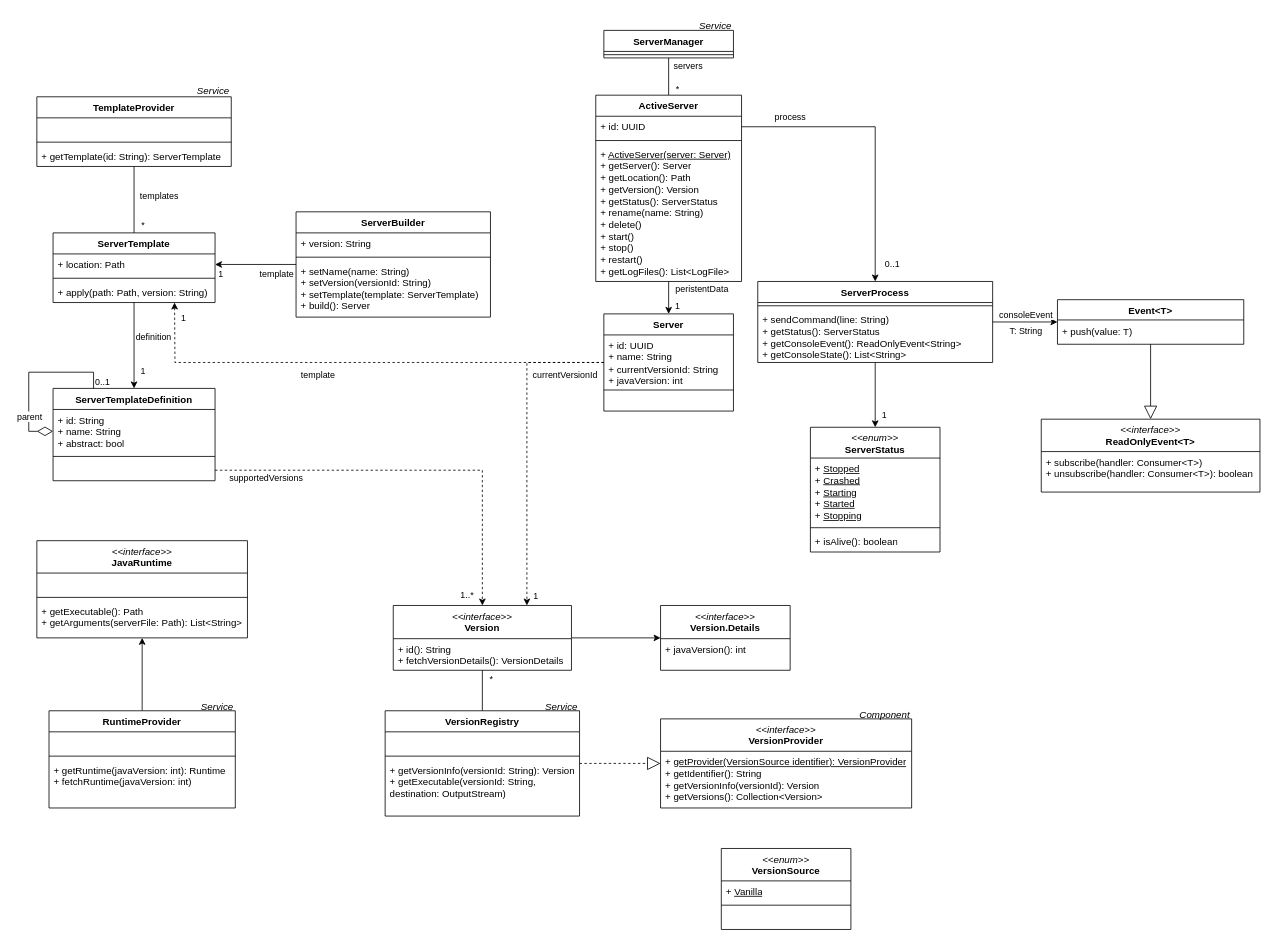
This is Klassendiagramm.drawio from Fisch37/mc-server-manager, a draw.io file, before an edit. Source tidied: cells renumbered, new cells numbered last; positions are measured from the earlier drawing's top-left corner, leaving out a move shared by most shapes. Both pictures are drawn from the tidied source at 81%, with x=0, y=0 at pixel (28, 14).
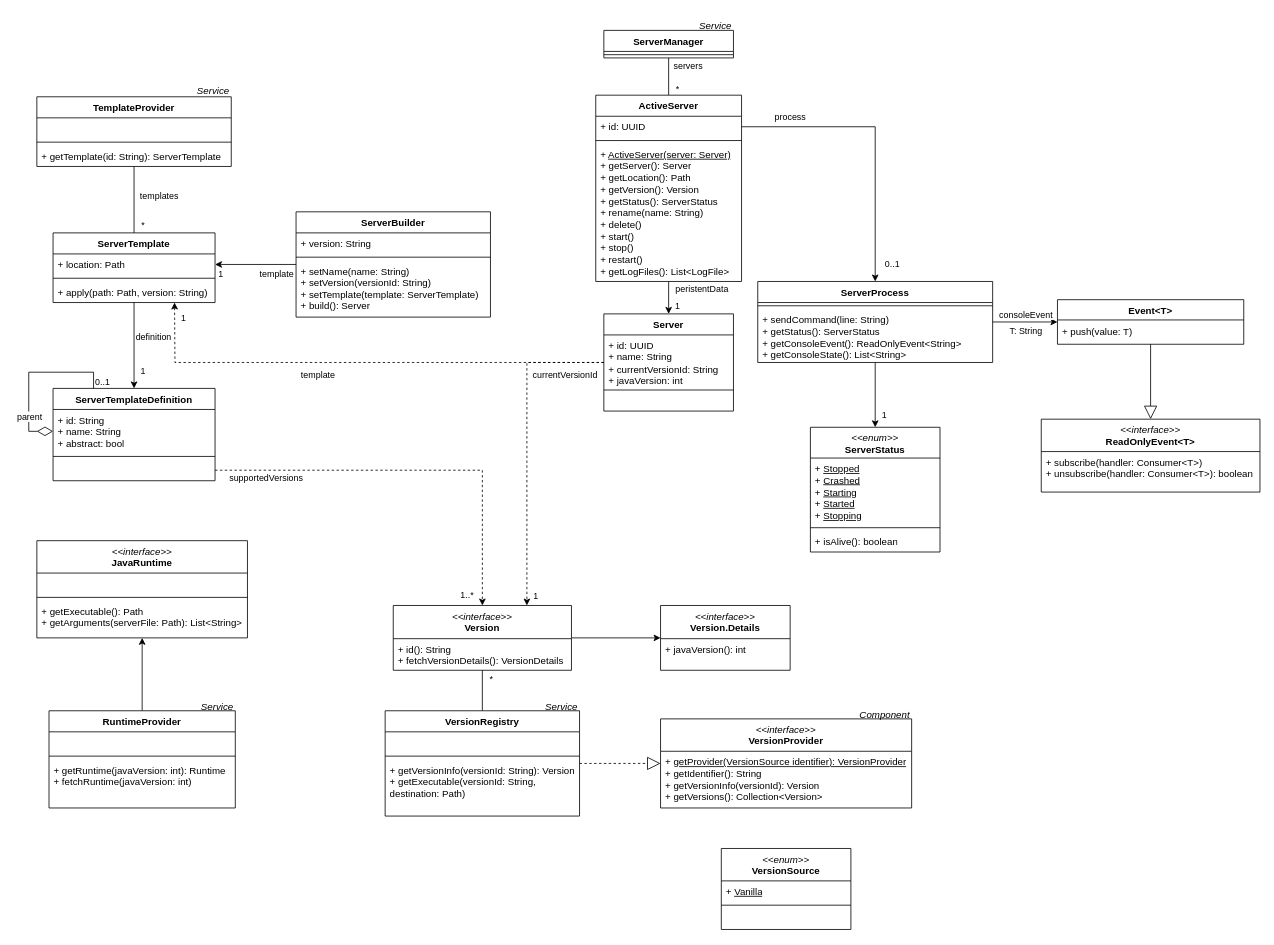
The same page after the edit.

The change refers to these unchanged cells:
```xml
<mxCell id="55" value="VersionRegistry" style="swimlane;fontStyle=1;align=center;verticalAlign=top;horizontal=1;startSize=26;whiteSpace=wrap;html=1;" parent="54" vertex="1">
  <mxGeometry y="20" width="240" height="130" as="geometry" />
</mxCell>
```

What changed in the source:
```diff
@@
-    <mxCell id="58" value="+ getVersionInfo(versionId: String): Version&lt;div&gt;+ getExecutable(versionId: String, destination: OutputStream)&lt;/div&gt;" style="text;strokeColor=none;fillColor=none;align=left;verticalAlign=top;spacingLeft=4;spacingRight=4;overflow=hidden;whiteSpace=wrap;html=1;" parent="55" vertex="1">
+    <mxCell id="58" value="+ getVersionInfo(versionId: String): Version&lt;div&gt;+ getExecutable(versionId: String, destination: Path)&lt;/div&gt;" style="text;strokeColor=none;fillColor=none;align=left;verticalAlign=top;spacingLeft=4;spacingRight=4;overflow=hidden;whiteSpace=wrap;html=1;" parent="55" vertex="1">
       <mxGeometry y="60" width="240" height="70" as="geometry" />
     </mxCell>
```
